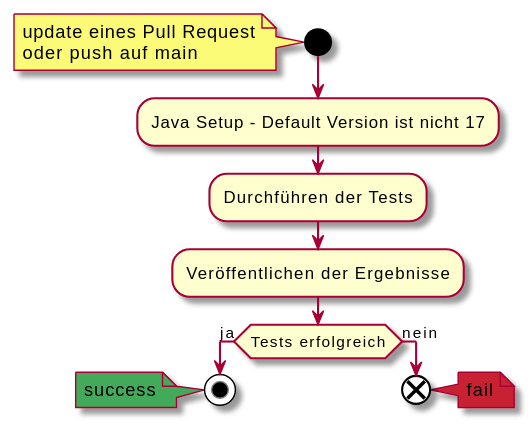
Above: diagrams/tests.svg in weichware-10/repo-aid (PlantUML), before the change. The source it was exported from:
```plantuml
@startuml
start
note
    update eines Pull Request
    oder push auf main
end note

:Java Setup - Default Version ist nicht 17;
:Durchführen der Tests;
:Veröffentlichen der Ergebnisse;

if (Tests erfolgreich) then (ja)
    stop
    note left #43aa5a : success
else (nein)
    end
    note right #C82333 : fail
endif
@enduml
```
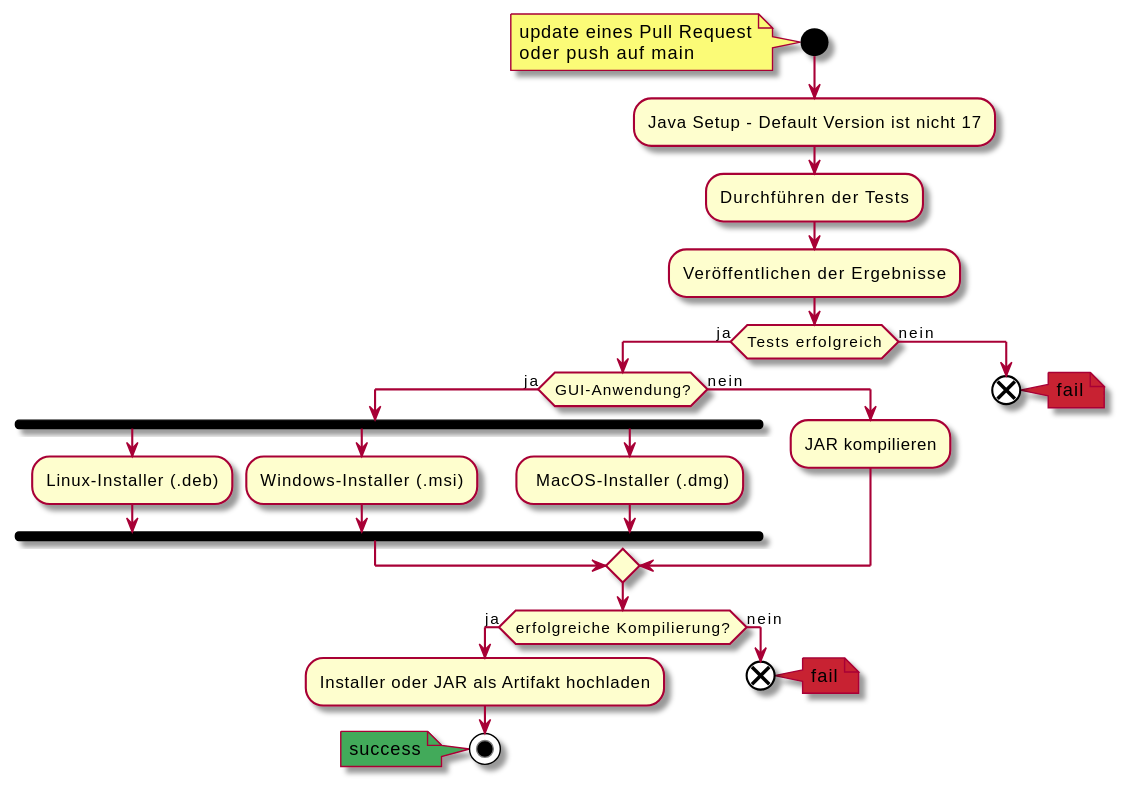
Later version of the same file.

Commit message:
[chore] rendered SVGs

Diff of the diagram source:
```diff
@@ -10,8 +10,25 @@
 :Veröffentlichen der Ergebnisse;
 
 if (Tests erfolgreich) then (ja)
-    stop
-    note left #43aa5a : success
+    if (GUI-Anwendung?) then (ja)
+        fork
+            :Linux-Installer (.deb);
+        fork again
+            :Windows-Installer (.msi);
+        fork again
+            : MacOS-Installer (.dmg);
+        end fork
+    else (nein)
+        :JAR kompilieren;
+    endif
+    if (erfolgreiche Kompilierung?) then (ja)
+        :Installer oder JAR als Artifakt hochladen;
+        stop
+        note left #43aa5a : success
+    else (nein)
+        end
+        note right #C82333 : fail
+    endif
 else (nein)
     end
     note right #C82333 : fail
```
